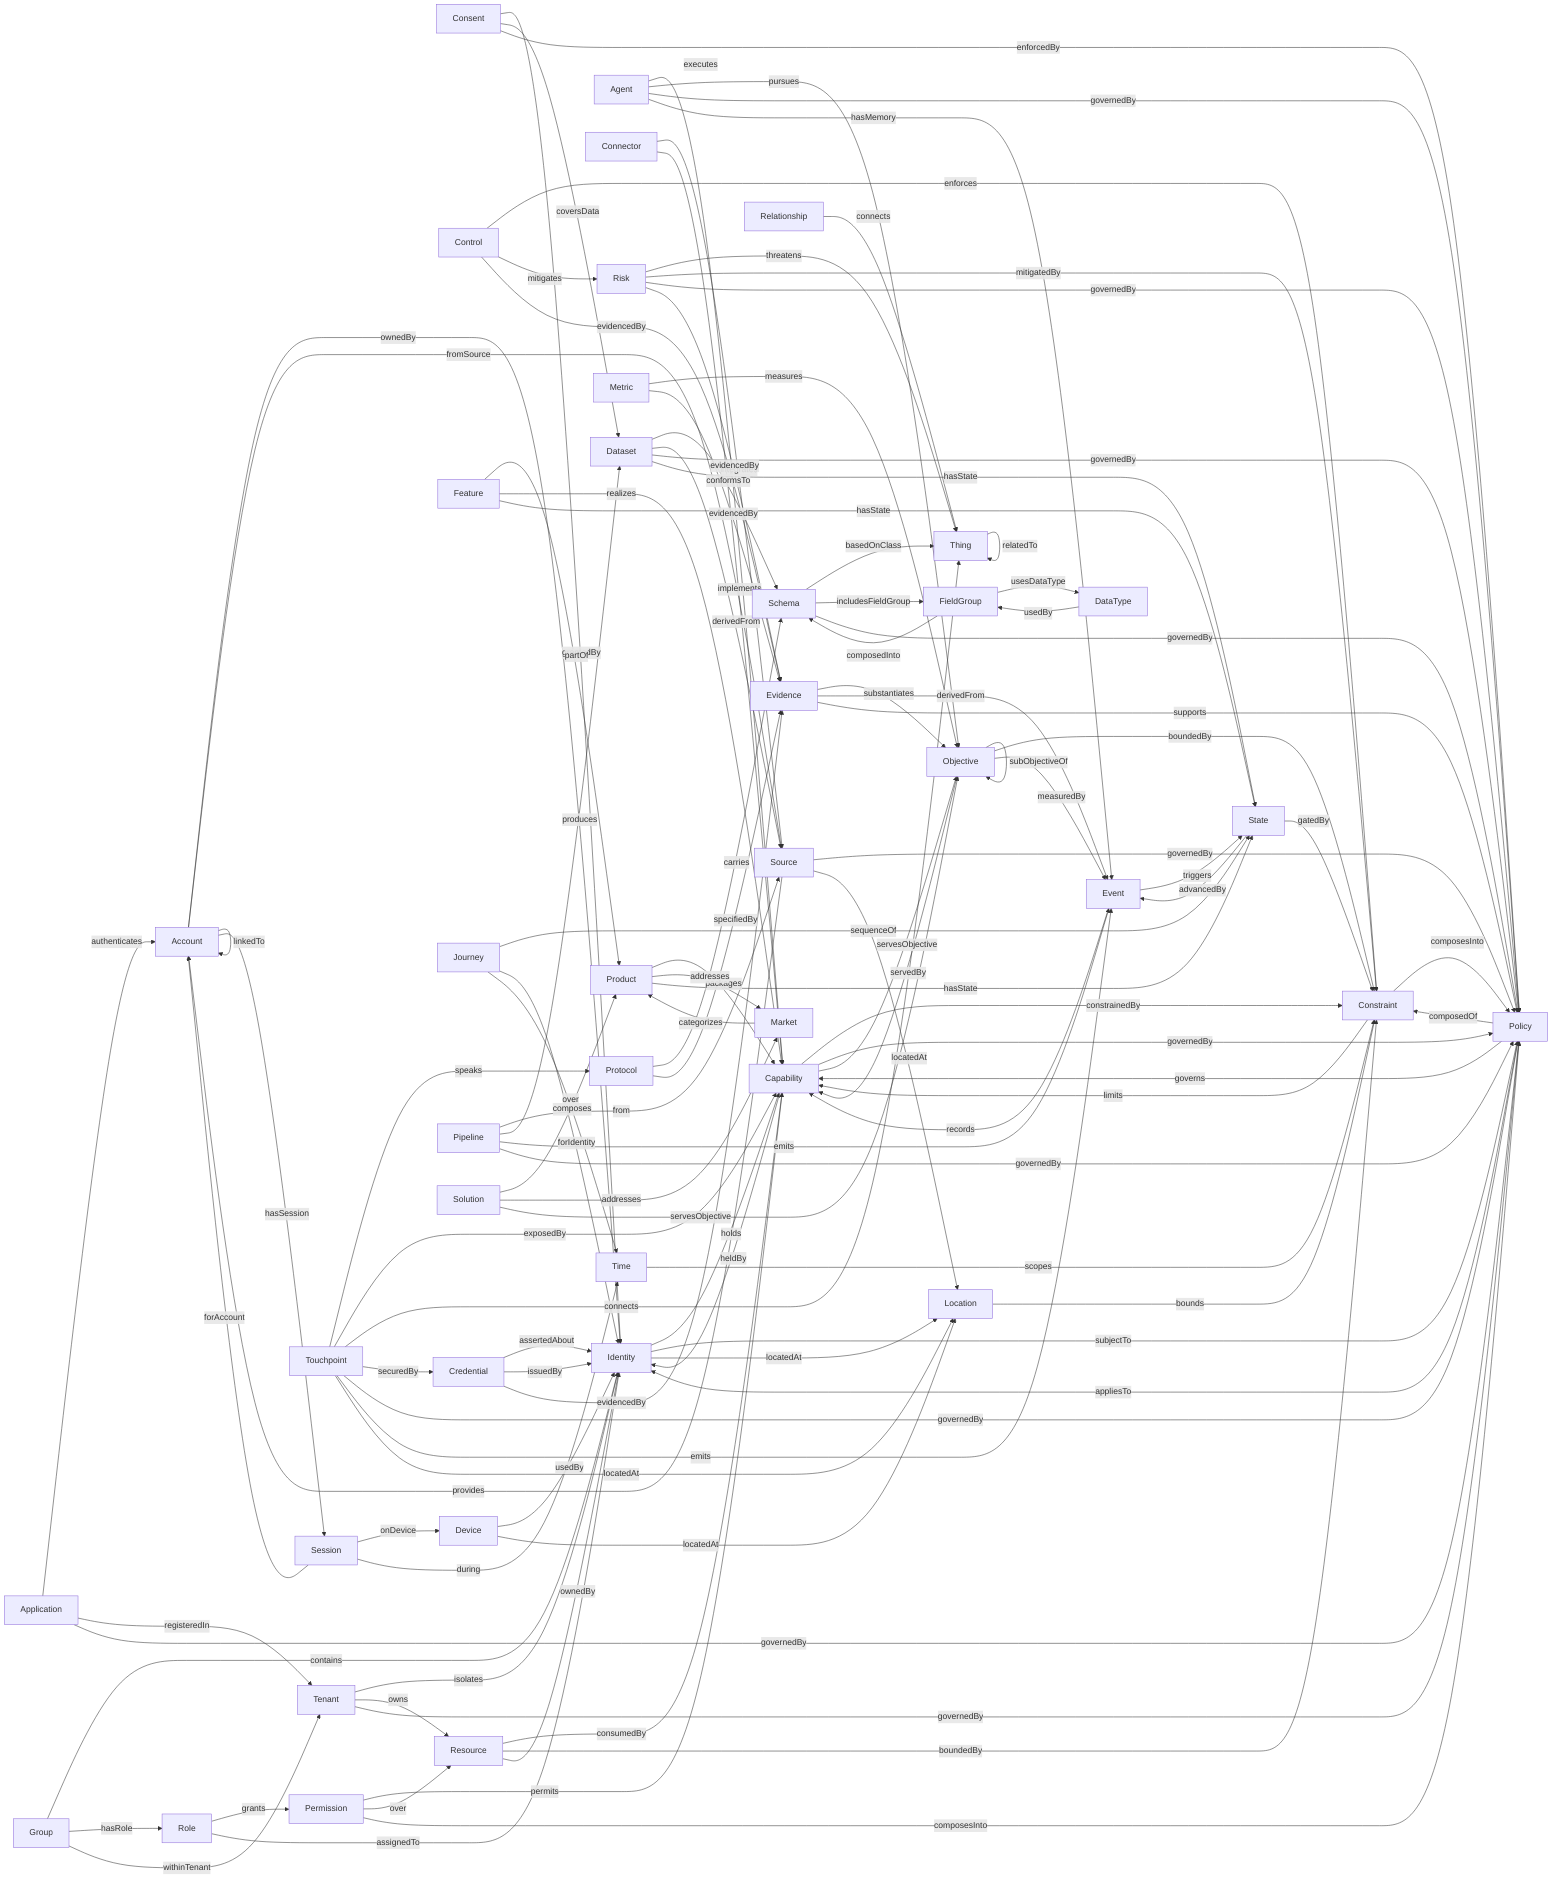
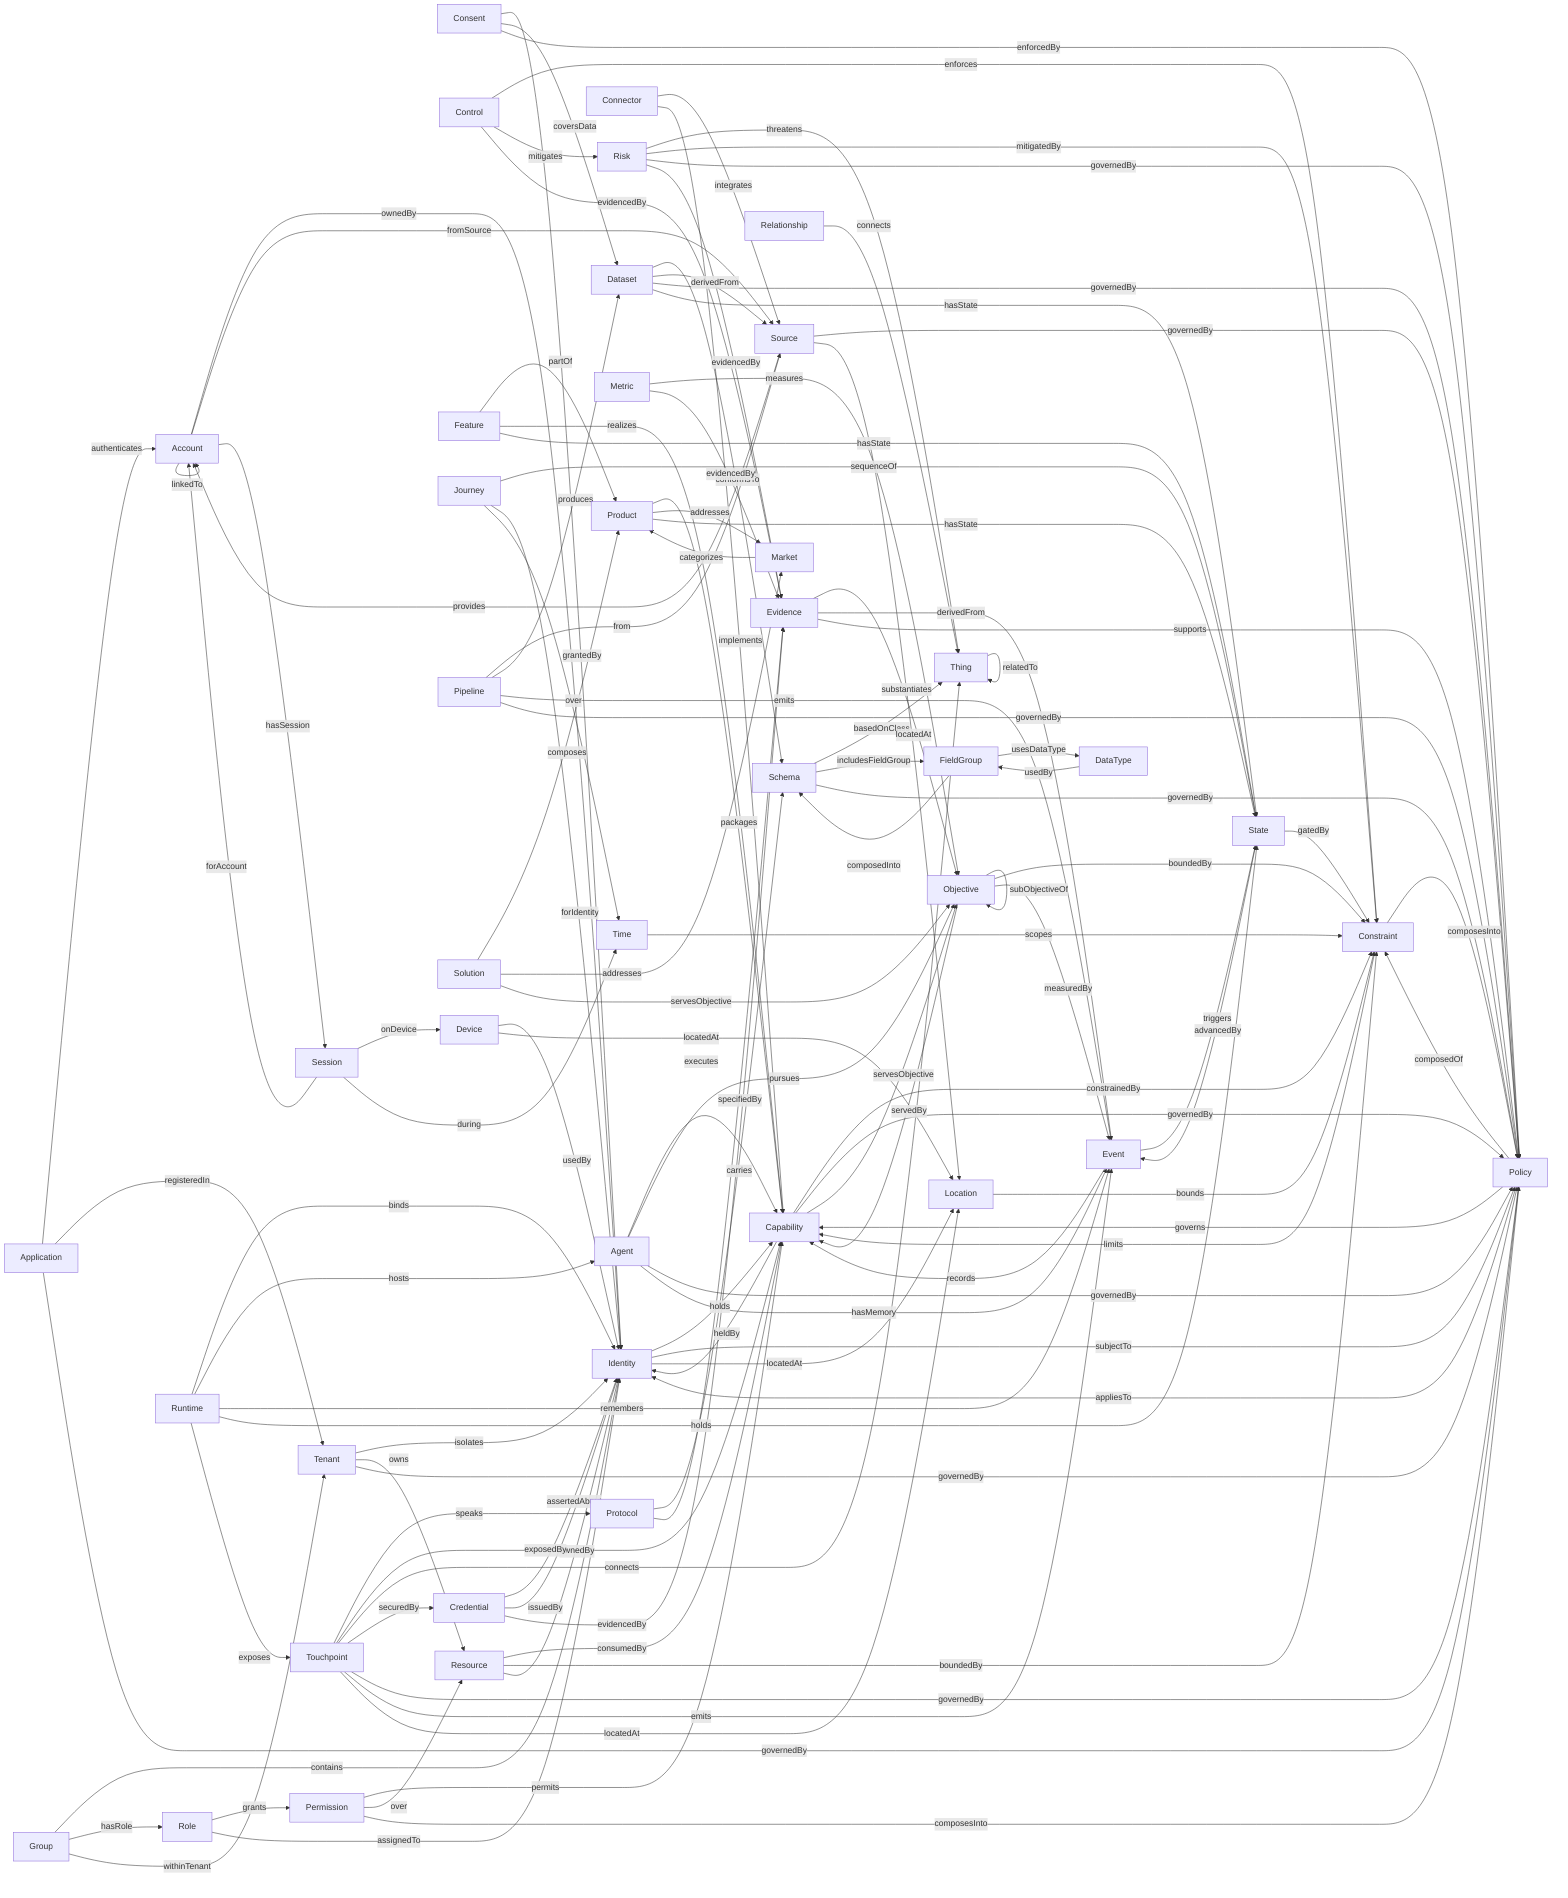
graph LR
  Account -->|ownedBy| Identity
  Account -->|fromSource| Source
  Account -->|linkedTo| Account
  Account -->|hasSession| Session
  Agent -->|executes| Capability
  Agent -->|pursues| Objective
  Agent -->|governedBy| Policy
  Agent -->|hasMemory| Event
  Application -->|authenticates| Account
  Application -->|registeredIn| Tenant
  Application -->|governedBy| Policy
  Capability -->|heldBy| Identity
  Capability -->|constrainedBy| Constraint
  Capability -->|governedBy| Policy
  Capability -->|servesObjective| Objective
  Connector -->|integrates| Source
  Connector -->|implements| Capability
  Consent -->|grantedBy| Identity
  Consent -->|coversData| Dataset
  Consent -->|enforcedBy| Policy
  Constraint -->|composesInto| Policy
  Constraint -->|limits| Capability
  Control -->|enforces| Constraint
  Control -->|mitigates| Risk
  Control -->|evidencedBy| Evidence
  Credential -->|assertedAbout| Identity
  Credential -->|issuedBy| Identity
  Credential -->|evidencedBy| Evidence
  DataType -->|usedBy| FieldGroup
  Dataset -->|conformsTo| Schema
  Dataset -->|derivedFrom| Source
  Dataset -->|governedBy| Policy
  Dataset -->|hasState| State
  Device -->|usedBy| Identity
  Device -->|locatedAt| Location
  Event -->|records| Capability
  Event -->|triggers| State
  Evidence -->|substantiates| Objective
  Evidence -->|derivedFrom| Event
  Evidence -->|supports| Policy
  Feature -->|partOf| Product
  Feature -->|realizes| Capability
  Feature -->|hasState| State
  FieldGroup -->|usesDataType| DataType
  FieldGroup -->|composedInto| Schema
  Group -->|contains| Identity
  Group -->|hasRole| Role
  Group -->|withinTenant| Tenant
  Identity -->|holds| Capability
  Identity -->|subjectTo| Policy
  Identity -->|locatedAt| Location
  Journey -->|sequenceOf| State
  Journey -->|forIdentity| Identity
  Journey -->|over| Time
  Location -->|bounds| Constraint
  Market -->|categorizes| Product
  Metric -->|measures| Objective
  Metric -->|evidencedBy| Evidence
  Objective -->|servedBy| Capability
  Objective -->|boundedBy| Constraint
  Objective -->|measuredBy| Event
  Objective -->|subObjectiveOf| Objective
  Permission -->|permits| Capability
  Permission -->|over| Resource
  Permission -->|composesInto| Policy
  Pipeline -->|from| Source
  Pipeline -->|produces| Dataset
  Pipeline -->|emits| Event
  Pipeline -->|governedBy| Policy
  Policy -->|composedOf| Constraint
  Policy -->|governs| Capability
  Policy -->|appliesTo| Identity
  Product -->|packages| Capability
  Product -->|addresses| Market
  Product -->|hasState| State
  Protocol -->|carries| Schema
  Protocol -->|specifiedBy| Evidence
  Relationship -->|connects| Thing
  Resource -->|consumedBy| Capability
  Resource -->|boundedBy| Constraint
  Resource -->|ownedBy| Identity
  Risk -->|threatens| Thing
  Risk -->|mitigatedBy| Constraint
  Risk -->|governedBy| Policy
  Risk -->|evidencedBy| Evidence
  Role -->|grants| Permission
  Role -->|assignedTo| Identity
+   Runtime -->|binds| Identity
+   Runtime -->|hosts| Agent
+   Runtime -->|remembers| Event
+   Runtime -->|holds| State
+   Runtime -->|exposes| Touchpoint
  Schema -->|basedOnClass| Thing
  Schema -->|includesFieldGroup| FieldGroup
  Schema -->|governedBy| Policy
  Session -->|forAccount| Account
  Session -->|onDevice| Device
  Session -->|during| Time
  Solution -->|composes| Product
  Solution -->|addresses| Market
  Solution -->|servesObjective| Objective
  Source -->|provides| Account
  Source -->|governedBy| Policy
  Source -->|locatedAt| Location
  State -->|advancedBy| Event
  State -->|gatedBy| Constraint
  Tenant -->|isolates| Identity
  Tenant -->|owns| Resource
  Tenant -->|governedBy| Policy
  Thing -->|relatedTo| Thing
  Time -->|scopes| Constraint
  Touchpoint -->|speaks| Protocol
  Touchpoint -->|exposedBy| Capability
  Touchpoint -->|connects| Thing
  Touchpoint -->|securedBy| Credential
  Touchpoint -->|governedBy| Policy
  Touchpoint -->|emits| Event
  Touchpoint -->|locatedAt| Location
